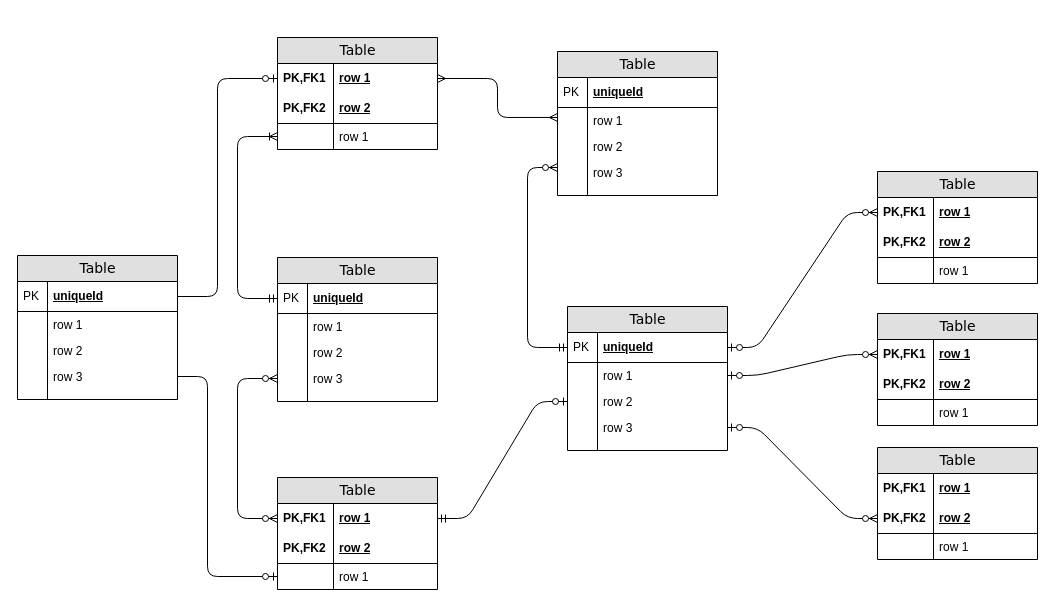
This is DatabaseDesignTutorial2.drawio from LordDdanielHan/test, a draw.io file, before an edit. Source tidied: cells renumbered, new cells numbered last; positions are measured from the earlier drawing's top-left corner, leaving out a move shared by most shapes. Both pictures are drawn from the tidied source at 100%, with x=0, y=0 at pixel (17, 37).
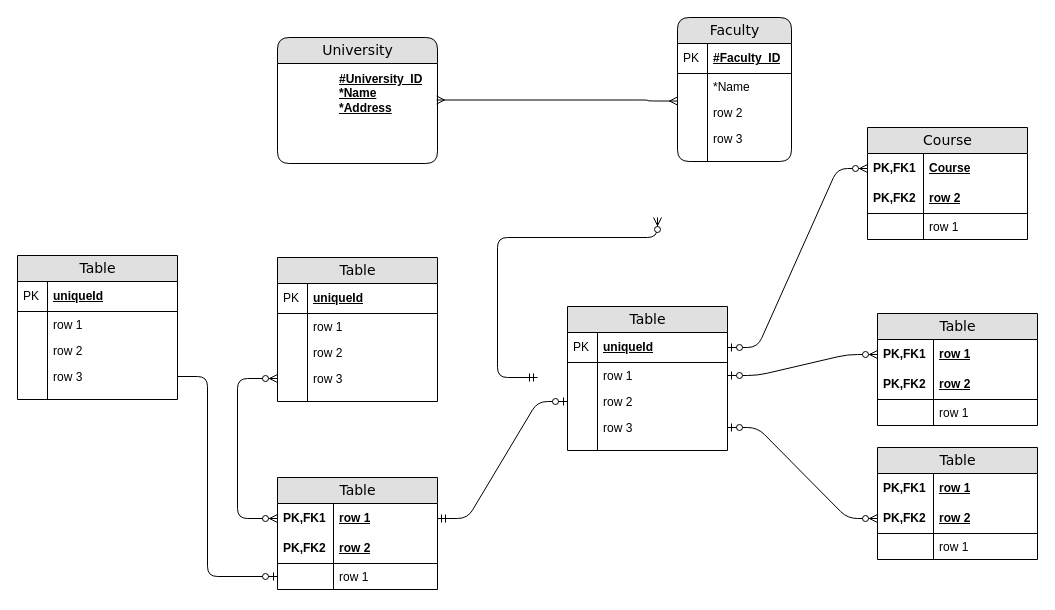
The same page after the edit.

Unchanged cells that the change refers to:
```xml
<mxCell id="21" value="uniqueId" style="shape=partialRectangle;top=0;left=0;right=0;bottom=1;html=1;align=left;verticalAlign=middle;fillColor=none;spacingLeft=34;spacingRight=4;whiteSpace=wrap;overflow=hidden;points=[[0,0.5],[1,0.5]];portConstraint=eastwest;fontStyle=5;" parent="20" vertex="1">
  <mxGeometry y="26" width="160" height="30" as="geometry" />
</mxCell>
<mxCell id="32" value="uniqueId" style="shape=partialRectangle;top=0;left=0;right=0;bottom=1;html=1;align=left;verticalAlign=middle;fillColor=none;spacingLeft=34;spacingRight=4;whiteSpace=wrap;overflow=hidden;points=[[0,0.5],[1,0.5]];portConstraint=eastwest;fontStyle=5;" parent="31" vertex="1">
  <mxGeometry y="26" width="160" height="30" as="geometry" />
</mxCell>
<mxCell id="79" value="uniqueId" style="shape=partialRectangle;top=0;left=0;right=0;bottom=1;html=1;align=left;verticalAlign=middle;fillColor=none;spacingLeft=34;spacingRight=4;whiteSpace=wrap;overflow=hidden;points=[[0,0.5],[1,0.5]];portConstraint=eastwest;fontStyle=5;" parent="78" vertex="1">
  <mxGeometry y="26" width="160" height="30" as="geometry" />
</mxCell>
```

Diff of the diagram source:
```diff
@@
-    <mxCell id="2" value="Table" style="swimlane;html=1;fontStyle=0;horizontal=1;startSize=26;fillColor=#e0e0e0;swimlaneFillColor=#ffffff;align=center;rounded=0;shadow=0;comic=0;labelBackgroundColor=none;strokeWidth=1;fontFamily=Verdana;fontSize=14;" parent="1" vertex="1">
-      <mxGeometry x="260" width="160" height="112" as="geometry" />
+    <mxCell id="2" value="University" style="swimlane;html=1;fontStyle=0;horizontal=1;startSize=26;fillColor=#e0e0e0;swimlaneFillColor=#ffffff;align=center;rounded=1;shadow=0;comic=0;labelBackgroundColor=none;strokeWidth=1;fontFamily=Verdana;fontSize=14;" parent="1" vertex="1">
+      <mxGeometry x="260" width="160" height="126" as="geometry" />
     </mxCell>
-    <mxCell id="3" value="row 1" style="shape=partialRectangle;top=0;left=0;right=0;bottom=0;html=1;align=left;verticalAlign=middle;fillColor=none;spacingLeft=60;spacingRight=4;whiteSpace=wrap;overflow=hidden;points=[[0,0.5],[1,0.5]];portConstraint=eastwest;fontStyle=5;" parent="2" vertex="1">
-      <mxGeometry y="26" width="160" height="30" as="geometry" />
+    <mxCell id="3" value="&lt;div&gt;#University_ID&lt;/div&gt;&lt;div&gt;*Name&lt;/div&gt;&lt;div&gt;*Address&lt;br&gt;&lt;/div&gt;&lt;div&gt;&lt;br&gt;&lt;/div&gt;" style="shape=partialRectangle;top=0;left=0;right=0;bottom=0;html=1;align=left;verticalAlign=middle;fillColor=none;spacingLeft=60;spacingRight=4;whiteSpace=wrap;overflow=hidden;points=[[0,0.5],[1,0.5]];portConstraint=eastwest;fontStyle=5;" parent="2" vertex="1">
+      <mxGeometry y="26" width="160" height="74" as="geometry" />
     </mxCell>
-    <mxCell id="4" value="PK,FK1" style="shape=partialRectangle;fontStyle=1;top=0;left=0;bottom=0;html=1;fillColor=none;align=left;verticalAlign=middle;spacingLeft=4;spacingRight=4;whiteSpace=wrap;overflow=hidden;" parent="3" vertex="1">
-      <mxGeometry width="56" height="30" as="geometry" />
-    </mxCell>
-    <mxCell id="5" value="row 2" style="shape=partialRectangle;top=0;left=0;right=0;bottom=1;html=1;align=left;verticalAlign=middle;fillColor=none;spacingLeft=60;spacingRight=4;whiteSpace=wrap;overflow=hidden;fontStyle=5;" parent="2" vertex="1">
-      <mxGeometry y="56" width="160" height="30" as="geometry" />
-    </mxCell>
-    <mxCell id="6" value="PK,FK2" style="shape=partialRectangle;fontStyle=1;top=0;left=0;bottom=0;html=1;fillColor=none;align=left;verticalAlign=middle;spacingLeft=4;spacingRight=4;whiteSpace=wrap;overflow=hidden;" parent="5" vertex="1">
-      <mxGeometry width="56" height="30" as="geometry" />
-    </mxCell>
-    <mxCell id="7" value="row 1" style="shape=partialRectangle;top=0;left=0;right=0;bottom=0;html=1;align=left;verticalAlign=top;fillColor=none;spacingLeft=60;spacingRight=4;whiteSpace=wrap;overflow=hidden;points=[[0,0.5],[1,0.5]];portConstraint=eastwest;" parent="2" vertex="1">
-      <mxGeometry y="86" width="160" height="26" as="geometry" />
-    </mxCell>
-    <mxCell id="8" style="shape=partialRectangle;top=0;left=0;bottom=0;html=1;fillColor=none;align=left;verticalAlign=top;spacingLeft=4;spacingRight=4;whiteSpace=wrap;overflow=hidden;" parent="7" vertex="1">
-      <mxGeometry width="56" height="26" as="geometry" />
-    </mxCell>
-    <mxCell id="9" value="Table" style="swimlane;html=1;fontStyle=0;horizontal=1;startSize=26;fillColor=#e0e0e0;swimlaneFillColor=#ffffff;align=center;rounded=0;shadow=0;comic=0;labelBackgroundColor=none;strokeWidth=1;fontFamily=Verdana;fontSize=14;swimlaneLine=1;" parent="1" vertex="1">
-      <mxGeometry x="540" y="14" width="160" height="144" as="geometry" />
+    <mxCell id="9" value="Faculty" style="swimlane;html=1;fontStyle=0;horizontal=1;startSize=26;fillColor=#e0e0e0;swimlaneFillColor=#ffffff;align=center;rounded=1;shadow=0;comic=0;labelBackgroundColor=none;strokeWidth=1;fontFamily=Verdana;fontSize=14;swimlaneLine=1;" parent="1" vertex="1">
+      <mxGeometry x="660" y="-20" width="114" height="144" as="geometry" />
     </mxCell>
-    <mxCell id="10" value="uniqueId" style="shape=partialRectangle;top=0;left=0;right=0;bottom=1;html=1;align=left;verticalAlign=middle;fillColor=none;spacingLeft=34;spacingRight=4;whiteSpace=wrap;overflow=hidden;fontStyle=5;" parent="9" vertex="1">
-      <mxGeometry y="26" width="160" height="30" as="geometry" />
+    <mxCell id="10" value="#Faculty_ID" style="shape=partialRectangle;top=0;left=0;right=0;bottom=1;html=1;align=left;verticalAlign=middle;fillColor=none;spacingLeft=34;spacingRight=4;whiteSpace=wrap;overflow=hidden;fontStyle=5;" parent="9" vertex="1">
+      <mxGeometry y="26" width="114" height="30" as="geometry" />
     </mxCell>
@@
-    <mxCell id="12" value="row 1" style="shape=partialRectangle;top=0;left=0;right=0;bottom=0;html=1;align=left;verticalAlign=top;fillColor=none;spacingLeft=34;spacingRight=4;whiteSpace=wrap;overflow=hidden;points=[[0,0.5],[1,0.5]];portConstraint=eastwest;" parent="9" vertex="1">
-      <mxGeometry y="56" width="160" height="26" as="geometry" />
+    <mxCell id="12" value="*Name" style="shape=partialRectangle;top=0;left=0;right=0;bottom=0;html=1;align=left;verticalAlign=top;fillColor=none;spacingLeft=34;spacingRight=4;whiteSpace=wrap;overflow=hidden;points=[[0,0.5],[1,0.5]];portConstraint=eastwest;" parent="9" vertex="1">
+      <mxGeometry y="56" width="114" height="26" as="geometry" />
     </mxCell>
@@
     <mxCell id="14" value="row 2" style="shape=partialRectangle;top=0;left=0;right=0;bottom=0;html=1;align=left;verticalAlign=top;fillColor=none;spacingLeft=34;spacingRight=4;whiteSpace=wrap;overflow=hidden;" parent="9" vertex="1">
-      <mxGeometry y="82" width="160" height="26" as="geometry" />
+      <mxGeometry y="82" width="114" height="26" as="geometry" />
     </mxCell>
@@
     <mxCell id="16" value="row 3" style="shape=partialRectangle;top=0;left=0;right=0;bottom=0;html=1;align=left;verticalAlign=top;fillColor=none;spacingLeft=34;spacingRight=4;whiteSpace=wrap;overflow=hidden;points=[[0,0.5],[1,0.5]];portConstraint=eastwest;" parent="9" vertex="1">
-      <mxGeometry y="108" width="160" height="26" as="geometry" />
+      <mxGeometry y="108" width="114" height="26" as="geometry" />
     </mxCell>
@@
     <mxCell id="18" style="shape=partialRectangle;top=0;left=0;right=0;bottom=0;html=1;align=left;verticalAlign=top;fillColor=none;spacingLeft=34;spacingRight=4;whiteSpace=wrap;overflow=hidden;" parent="9" vertex="1">
-      <mxGeometry y="134" width="160" height="10" as="geometry" />
+      <mxGeometry y="134" width="114" height="10" as="geometry" />
     </mxCell>
@@
-    <mxCell id="42" value="Table" style="swimlane;html=1;fontStyle=0;horizontal=1;startSize=26;fillColor=#e0e0e0;swimlaneFillColor=#ffffff;align=center;rounded=0;shadow=0;comic=0;labelBackgroundColor=none;strokeWidth=1;fontFamily=Verdana;fontSize=14;" parent="1" vertex="1">
-      <mxGeometry x="860" y="134" width="160" height="112" as="geometry" />
+    <mxCell id="42" value="Course" style="swimlane;html=1;fontStyle=0;horizontal=1;startSize=26;fillColor=#e0e0e0;swimlaneFillColor=#ffffff;align=center;rounded=0;shadow=0;comic=0;labelBackgroundColor=none;strokeWidth=1;fontFamily=Verdana;fontSize=14;" parent="1" vertex="1">
+      <mxGeometry x="850" y="90" width="160" height="112" as="geometry" />
     </mxCell>
-    <mxCell id="43" value="row 1" style="shape=partialRectangle;top=0;left=0;right=0;bottom=0;html=1;align=left;verticalAlign=middle;fillColor=none;spacingLeft=60;spacingRight=4;whiteSpace=wrap;overflow=hidden;points=[[0,0.5],[1,0.5]];portConstraint=eastwest;fontStyle=5;" parent="42" vertex="1">
+    <mxCell id="43" value="Course" style="shape=partialRectangle;top=0;left=0;right=0;bottom=0;html=1;align=left;verticalAlign=middle;fillColor=none;spacingLeft=60;spacingRight=4;whiteSpace=wrap;overflow=hidden;points=[[0,0.5],[1,0.5]];portConstraint=eastwest;fontStyle=5;" parent="42" vertex="1">
       <mxGeometry y="26" width="160" height="30" as="geometry" />
     </mxCell>
@@
-    <mxCell id="56" style="edgeStyle=orthogonalEdgeStyle;html=1;endArrow=ERoneToMany;startArrow=ERmandOne;labelBackgroundColor=none;fontFamily=Verdana;fontSize=14;entryX=0;entryY=0.5;exitX=0;exitY=0.5;" parent="1" edge="1" source="21" target="7">
-      <mxGeometry relative="1" as="geometry">
-        <Array as="points">
-          <mxPoint x="220" y="261" />
-          <mxPoint x="220" y="99" />
-        </Array>
-      </mxGeometry>
-    </mxCell>
@@
-    <mxCell id="58" style="edgeStyle=orthogonalEdgeStyle;html=1;endArrow=ERmany;startArrow=ERmany;labelBackgroundColor=none;fontFamily=Verdana;fontSize=14;entryX=1;entryY=0.5;exitX=0;exitY=0.383;exitPerimeter=0;" parent="1" edge="1" source="12" target="3">
+    <mxCell id="58" style="edgeStyle=orthogonalEdgeStyle;html=1;endArrow=ERmany;startArrow=ERmany;labelBackgroundColor=none;fontFamily=Verdana;fontSize=14;entryX=1;entryY=0.5;exitX=0.008;exitY=0.077;exitDx=0;exitDy=0;exitPerimeter=0;entryDx=0;entryDy=0;" parent="1" edge="1">
       <mxGeometry relative="1" as="geometry">
+        <mxPoint x="660" y="63.5" as="sourcePoint" />
+        <mxPoint x="419.1" y="62.5" as="targetPoint" />
         <Array as="points">
-          <mxPoint x="480" y="80" />
-          <mxPoint x="480" y="41" />
+          <mxPoint x="630.1" y="62.5" />
         </Array>
       </mxGeometry>
     </mxCell>
-    <mxCell id="59" style="edgeStyle=orthogonalEdgeStyle;html=1;endArrow=ERzeroToMany;startArrow=ERmandOne;labelBackgroundColor=none;fontFamily=Verdana;fontSize=14;entryX=0;entryY=0.308;entryPerimeter=0;exitX=0;exitY=0.5;" parent="1" edge="1" source="32" target="16">
+    <mxCell id="59" style="edgeStyle=orthogonalEdgeStyle;html=1;endArrow=ERzeroToMany;startArrow=ERmandOne;labelBackgroundColor=none;fontFamily=Verdana;fontSize=14;exitX=0;exitY=0.5;" parent="1" edge="1">
       <mxGeometry relative="1" as="geometry">
+        <mxPoint x="520" y="340" as="sourcePoint" />
+        <mxPoint x="640" y="180" as="targetPoint" />
         <Array as="points">
-          <mxPoint x="510" y="310" />
-          <mxPoint x="510" y="130" />
+          <mxPoint x="480" y="340" />
+          <mxPoint x="480" y="200" />
+          <mxPoint x="640" y="200" />
         </Array>
       </mxGeometry>
     </mxCell>
@@
-    <mxCell id="89" style="edgeStyle=orthogonalEdgeStyle;html=1;endArrow=ERzeroToOne;endFill=1;labelBackgroundColor=none;fontFamily=Verdana;fontSize=14;entryX=0;entryY=0.5;exitX=1;exitY=0.5;" parent="1" edge="1" source="79" target="3">
-      <mxGeometry relative="1" as="geometry">
-        <Array as="points">
-          <mxPoint x="200" y="259" />
-          <mxPoint x="200" y="41" />
-        </Array>
-      </mxGeometry>
-    </mxCell>
```
